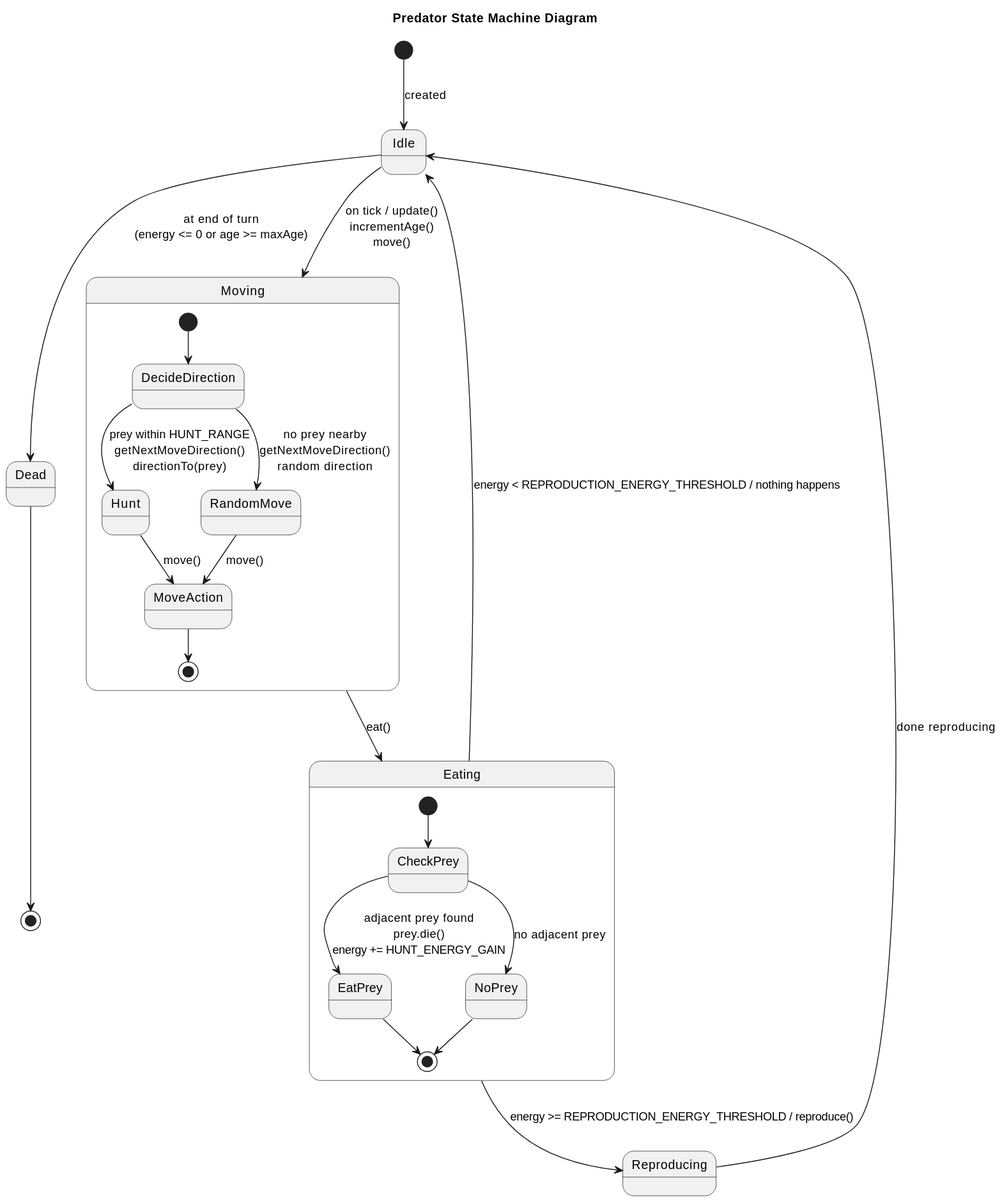
Before: diagrams/svg/predator_state_machine_diagram.svg, a diagram exported from PlantUML (szycic/wild-loop).
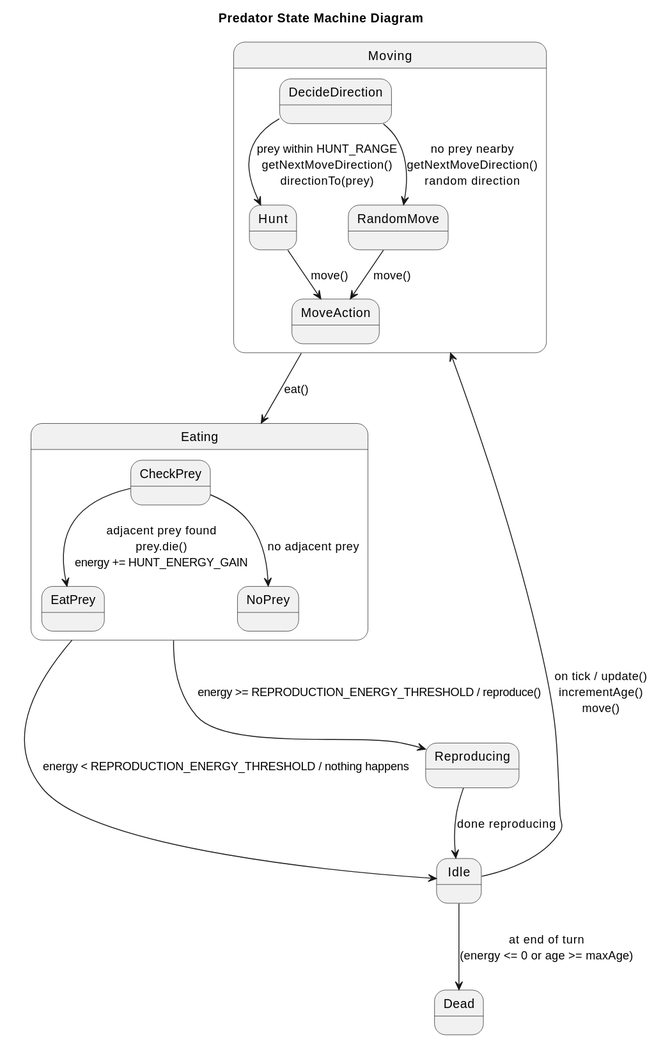
Above is the later version.

Commit message:
Update state machine diagrams

What changed in the source:
```diff
@@ -1,27 +1,20 @@
 @startuml
 title Predator State Machine Diagram
-
-[*] --> Idle : created
 
 Idle --> Moving : on tick / update()\nincrementAge()\nmove()
 
 state Moving {
-    [*] --> DecideDirection
     DecideDirection --> Hunt : prey within HUNT_RANGE\ngetNextMoveDirection()\ndirectionTo(prey)
     DecideDirection --> RandomMove : no prey nearby\ngetNextMoveDirection()\nrandom direction
     Hunt --> MoveAction : move()
     RandomMove --> MoveAction : move()
-    MoveAction --> [*]
 }
 
 Moving --> Eating : eat()
 
 state Eating {
-    [*] --> CheckPrey
     CheckPrey --> EatPrey : adjacent prey found\nprey.die()\nenergy += HUNT_ENERGY_GAIN
     CheckPrey --> NoPrey : no adjacent prey
-    EatPrey --> [*]
-    NoPrey --> [*]
 }
 
 Eating --> Reproducing : energy >= REPRODUCTION_ENERGY_THRESHOLD / reproduce()
@@ -29,6 +22,4 @@
 Reproducing --> Idle : done reproducing
 
 Idle --> Dead : at end of turn\n(energy <= 0 or age >= maxAge)
-
-Dead --> [*]
 @enduml
```
